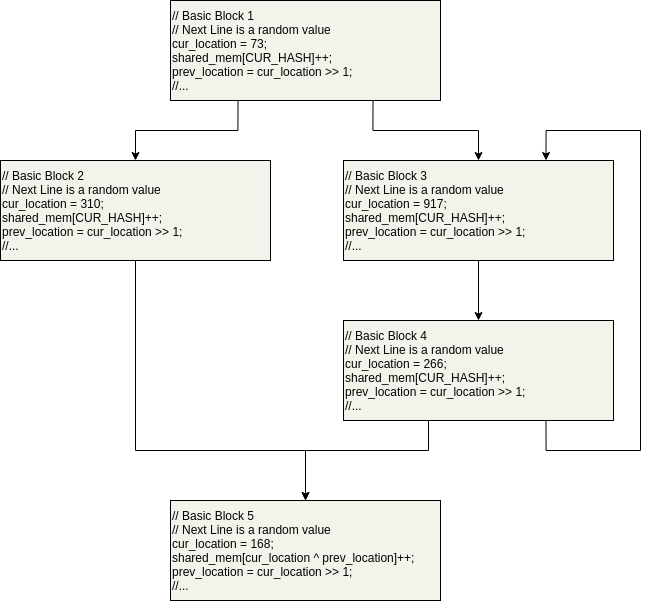
The draw.io diagram Images/Chapter2/instrumentation.png in behnamarbab/masterthesis, before a commit. Source tidied: cells renumbered, new cells last; positions are measured from the earlier drawing's top-left corner, leaving out a move shared by most shapes.
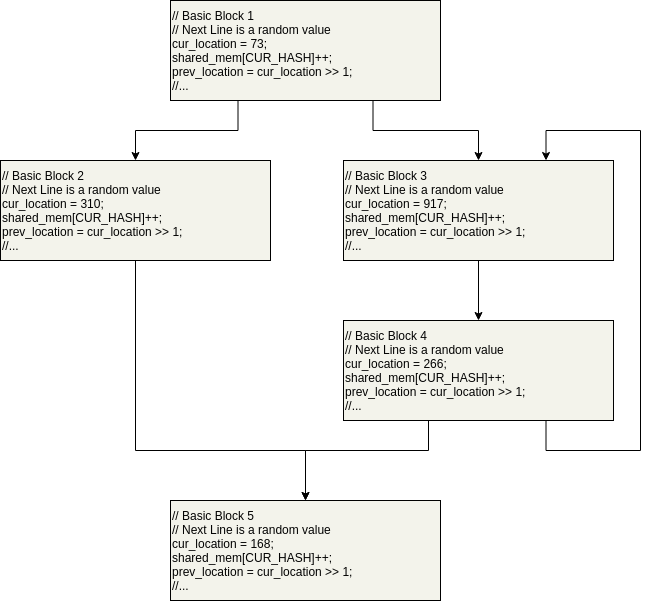
The same file after the commit.

What changed in the source:
```diff
@@ -49,7 +49,7 @@
     <mxCell id="11" value="&lt;font color=&quot;#030303&quot;&gt;&lt;span style=&quot;background-color: rgb(243 , 243 , 235)&quot;&gt;// Basic Block 4&lt;br&gt;&lt;/span&gt;&lt;span style=&quot;background-color: rgb(243 , 243 , 235)&quot;&gt;// Next Line is a random value&lt;/span&gt;&lt;/font&gt;&lt;span style=&quot;background-color: rgb(243 , 243 , 235)&quot;&gt;&lt;font color=&quot;#030303&quot;&gt;&lt;br&gt;cur_location = 266; &lt;br&gt;shared_mem[&lt;/font&gt;&lt;/span&gt;&lt;span style=&quot;color: rgb(3 , 3 , 3) ; background-color: rgb(243 , 243 , 235)&quot;&gt;CUR_HASH&lt;/span&gt;&lt;span style=&quot;background-color: rgb(243 , 243 , 235)&quot;&gt;&lt;font color=&quot;#030303&quot;&gt;]++;&lt;br&gt;prev_location = cur_location &amp;gt;&amp;gt; 1;&lt;br&gt;//...&lt;/font&gt;&lt;br&gt;&lt;/span&gt;" style="rounded=0;whiteSpace=wrap;html=1;align=left;background-color=rgb(243, 243, 235);fillColor=#f3f3eb;" parent="1" vertex="1">
       <mxGeometry x="343" y="320" width="270" height="100" as="geometry" />
     </mxCell>
-    <mxCell id="12" value="&lt;font color=&quot;#030303&quot;&gt;&lt;span style=&quot;background-color: rgb(243 , 243 , 235)&quot;&gt;// Basic Block 5&lt;br&gt;&lt;/span&gt;&lt;span style=&quot;background-color: rgb(243 , 243 , 235)&quot;&gt;// Next Line is a random value&lt;/span&gt;&lt;/font&gt;&lt;span style=&quot;background-color: rgb(243 , 243 , 235)&quot;&gt;&lt;font color=&quot;#030303&quot;&gt;&lt;br&gt;cur_location = 168; &lt;br&gt;shared_mem[cur_location ^ prev_location]++;&lt;br&gt;prev_location = cur_location &amp;gt;&amp;gt; 1;&lt;br&gt;//...&lt;/font&gt;&lt;br&gt;&lt;/span&gt;" style="rounded=0;whiteSpace=wrap;html=1;align=left;background-color=rgb(243, 243, 235);fillColor=#f3f3eb;" parent="1" vertex="1">
+    <mxCell id="12" value="&lt;font color=&quot;#030303&quot;&gt;&lt;span style=&quot;background-color: rgb(243 , 243 , 235)&quot;&gt;// Basic Block 5&lt;br&gt;&lt;/span&gt;&lt;span style=&quot;background-color: rgb(243 , 243 , 235)&quot;&gt;// Next Line is a random value&lt;/span&gt;&lt;/font&gt;&lt;span style=&quot;background-color: rgb(243 , 243 , 235)&quot;&gt;&lt;font color=&quot;#030303&quot;&gt;&lt;br&gt;cur_location = 168; &lt;br&gt;shared_mem[&lt;/font&gt;&lt;/span&gt;&lt;span style=&quot;color: rgb(3 , 3 , 3) ; background-color: rgb(243 , 243 , 235)&quot;&gt;CUR_HASH&lt;/span&gt;&lt;span style=&quot;background-color: rgb(243 , 243 , 235)&quot;&gt;&lt;font color=&quot;#030303&quot;&gt;]++;&lt;br&gt;prev_location = cur_location &amp;gt;&amp;gt; 1;&lt;br&gt;//...&lt;/font&gt;&lt;br&gt;&lt;/span&gt;" style="rounded=0;whiteSpace=wrap;html=1;align=left;background-color=rgb(243, 243, 235);fillColor=#f3f3eb;" parent="1" vertex="1">
       <mxGeometry x="170" y="500" width="270" height="100" as="geometry" />
     </mxCell>
   </root>
```
